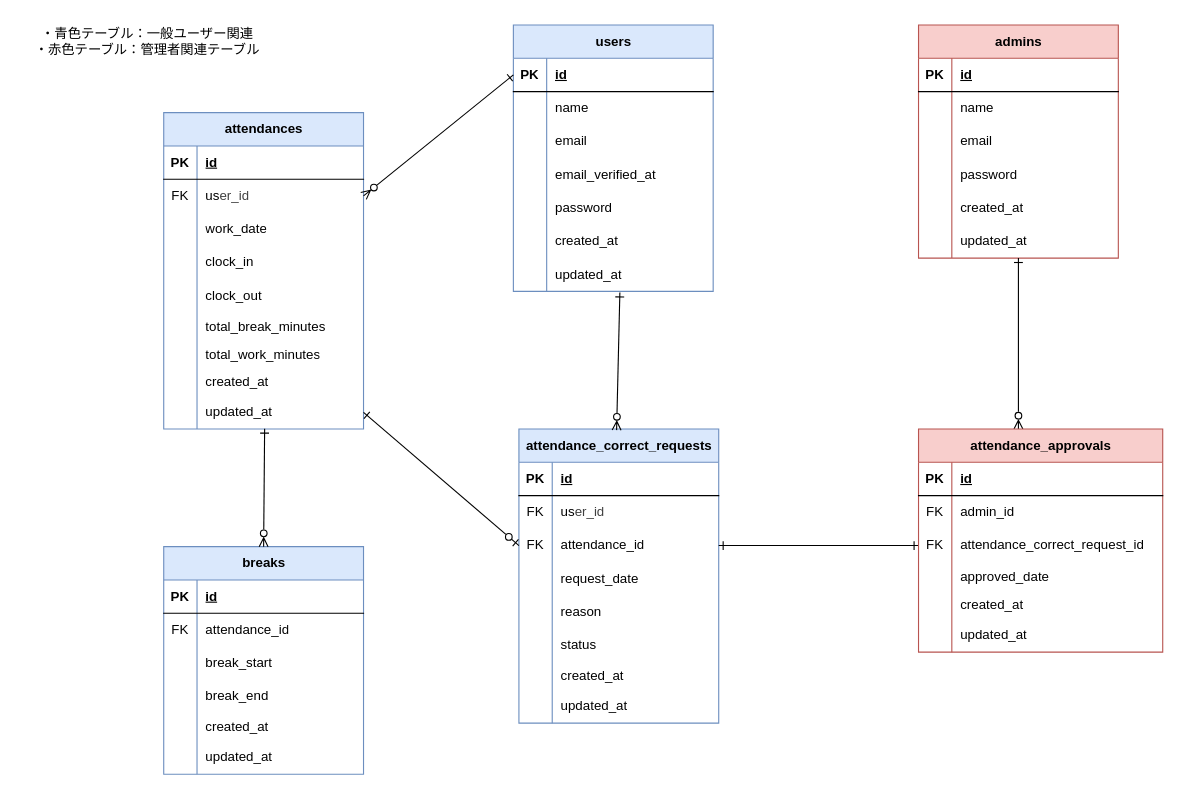
The draw.io diagram attendance-management-app.dio in ai2525desu/attendance-management-app, before the edit. Source tidied: cells renumbered, new cells numbered last; positions are measured from the earlier drawing's top-left corner, leaving out a move shared by most shapes. Both pictures are drawn from the tidied source at 111%, with x=0, y=0 at pixel (19, 19).
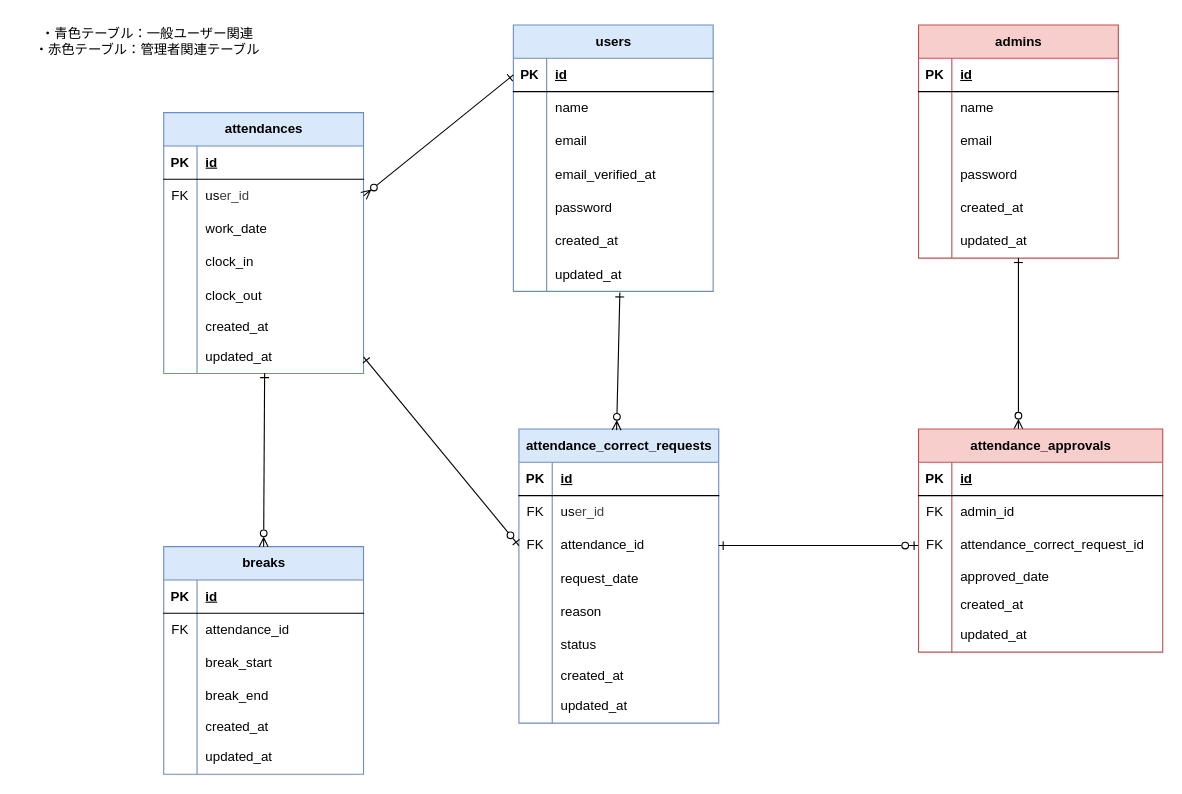
Above is the later version.

Commit message (it also covers changes not shown here):
コーチとリレーション確認後修正

Unchanged cells that the change refers to:
```xml
<mxCell id="97" style="shape=tableRow;horizontal=0;startSize=0;swimlaneHead=0;swimlaneBody=0;fillColor=none;points=[[0,0.5],[1,0.5]];portConstraint=eastwest;top=0;left=0;right=0;bottom=0;" parent="90" vertex="1">
  <mxGeometry y="90" width="180" height="30" as="geometry" />
</mxCell>
```

Change to the diagram source:
```diff
@@
     <mxCell id="43" value="attendances" style="shape=table;startSize=30;childLayout=tableLayout;rowLines=0;fontStyle=1;align=center;html=1;fillColor=#dae8fc;strokeColor=#6c8ebf;" parent="1" vertex="1">
-      <mxGeometry x="130" y="84" width="180" height="285" as="geometry" />
+      <mxGeometry x="130" y="84" width="180" height="235" as="geometry" />
     </mxCell>
@@
-    <mxCell id="59" style="shape=tableRow;horizontal=0;startSize=0;swimlaneHead=0;swimlaneBody=0;fillColor=none;top=0;left=0;right=0;bottom=0;" parent="43" vertex="1">
-      <mxGeometry y="180" width="180" height="25" as="geometry" />
-    </mxCell>
-    <mxCell id="60" style="shape=partialRectangle;fillColor=none;top=0;left=0;bottom=0;right=0;overflow=hidden;whiteSpace=wrap;html=1;" parent="59" vertex="1">
-      <mxGeometry width="30" height="25" as="geometry" />
-    </mxCell>
-    <mxCell id="61" value="total_break_minutes" style="shape=partialRectangle;fillColor=none;top=0;left=0;bottom=0;right=0;align=left;spacingLeft=6;overflow=hidden;whiteSpace=wrap;html=1;" parent="59" vertex="1">
-      <mxGeometry x="30" width="150" height="25" as="geometry" />
-    </mxCell>
-    <mxCell id="62" style="shape=tableRow;horizontal=0;startSize=0;swimlaneHead=0;swimlaneBody=0;fillColor=none;top=0;left=0;right=0;bottom=0;" parent="43" vertex="1">
-      <mxGeometry y="205" width="180" height="25" as="geometry" />
-    </mxCell>
-    <mxCell id="63" style="shape=partialRectangle;fillColor=none;top=0;left=0;bottom=0;right=0;overflow=hidden;whiteSpace=wrap;html=1;" parent="62" vertex="1">
-      <mxGeometry width="30" height="25" as="geometry" />
-    </mxCell>
-    <mxCell id="64" value="total_work_minutes" style="shape=partialRectangle;fillColor=none;top=0;left=0;bottom=0;right=0;align=left;spacingLeft=6;overflow=hidden;whiteSpace=wrap;html=1;" parent="62" vertex="1">
-      <mxGeometry x="30" width="150" height="25" as="geometry" />
-    </mxCell>
     <mxCell id="65" style="shape=tableRow;horizontal=0;startSize=0;swimlaneHead=0;swimlaneBody=0;fillColor=none;top=0;left=0;right=0;bottom=0;" parent="43" vertex="1">
-      <mxGeometry y="230" width="180" height="25" as="geometry" />
+      <mxGeometry y="180" width="180" height="25" as="geometry" />
     </mxCell>
@@
     <mxCell id="68" style="shape=tableRow;horizontal=0;startSize=0;swimlaneHead=0;swimlaneBody=0;fillColor=none;points=[[0,0.5],[1,0.5]];portConstraint=eastwest;top=0;left=0;right=0;bottom=0;" parent="43" vertex="1">
-      <mxGeometry y="255" width="180" height="30" as="geometry" />
+      <mxGeometry y="205" width="180" height="30" as="geometry" />
     </mxCell>
@@
-    <mxCell id="119" style="edgeStyle=none;html=1;exitX=0;exitY=0.5;exitDx=0;exitDy=0;entryX=1;entryY=0.5;entryDx=0;entryDy=0;endArrow=ERone;endFill=0;startArrow=ERone;startFill=0;" parent="1" edge="1" target="97">
+    <mxCell id="119" style="edgeStyle=none;html=1;exitX=0;exitY=0.5;exitDx=0;exitDy=0;entryX=1;entryY=0.5;entryDx=0;entryDy=0;endArrow=ERone;endFill=0;startArrow=ERzeroToOne;startFill=0;" parent="1" edge="1" target="97">
       <mxGeometry relative="1" as="geometry">
         <mxPoint x="810" y="474" as="sourcePoint" />
       </mxGeometry>
     </mxCell>
```
